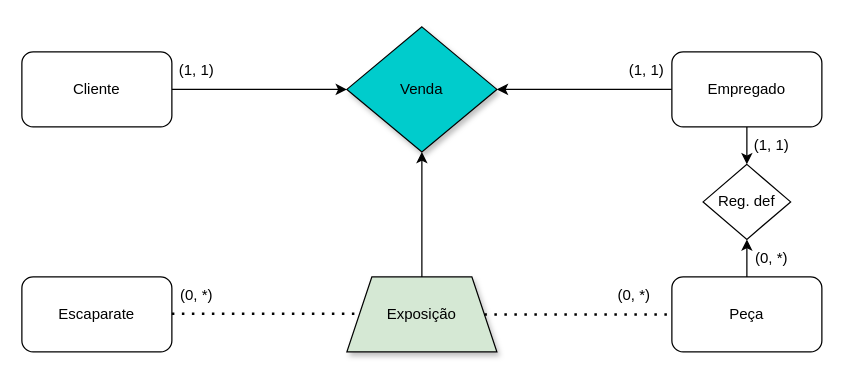
The draw.io diagram Diagrama sem nome.drawio in itspalhinha/bd, before the edit. Source tidied: cells renumbered, new cells numbered last; positions are measured from the earlier drawing's top-left corner, leaving out a move shared by most shapes. Both pictures are drawn from the tidied source at 125%, with x=0, y=0 at pixel (21, 26).
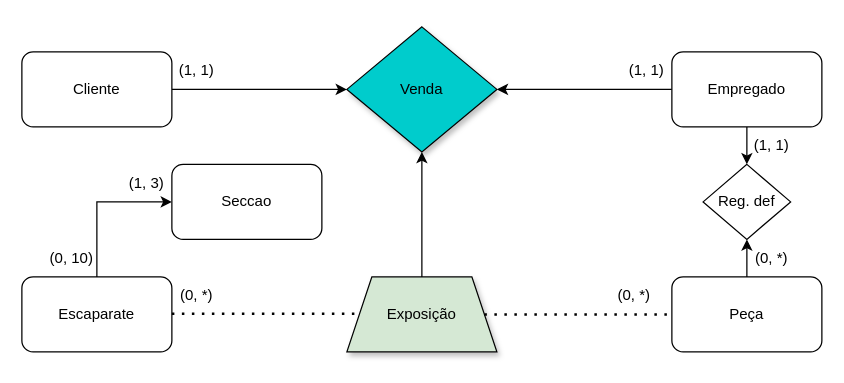
The same diagram, later.

Unchanged cells that the change refers to:
```xml
<mxCell id="10" value="Escaparate" style="rounded=1;whiteSpace=wrap;html=1;" parent="1" vertex="1">
  <mxGeometry y="200" width="120" height="60" as="geometry" />
</mxCell>
```

The edit, as a diff of the source:
```diff
@@
+    <mxCell id="22" style="edgeStyle=orthogonalEdgeStyle;rounded=0;jettySize=auto;html=1;exitX=0.5;exitY=0;exitDx=0;exitDy=0;entryX=0;entryY=0.5;entryDx=0;entryDy=0;" parent="1" edge="1" source="10" target="23">
+      <mxGeometry relative="1" as="geometry" />
+    </mxCell>
@@
+    <mxCell id="23" value="Seccao" style="rounded=1;whiteSpace=wrap;html=1;" parent="1" vertex="1">
+      <mxGeometry x="120" y="110" width="120" height="60" as="geometry" />
+    </mxCell>
+    <mxCell id="24" value="(0, 10)" style="text;html=1;strokeColor=none;fillColor=none;align=center;verticalAlign=middle;whiteSpace=wrap;rounded=0;" parent="1" vertex="1">
+      <mxGeometry x="10" y="170" width="60" height="30" as="geometry" />
+    </mxCell>
+    <mxCell id="25" value="(1, 3)" style="text;html=1;strokeColor=none;fillColor=none;align=center;verticalAlign=middle;whiteSpace=wrap;rounded=0;" parent="1" vertex="1">
+      <mxGeometry x="70" y="110" width="60" height="30" as="geometry" />
+    </mxCell>
```
